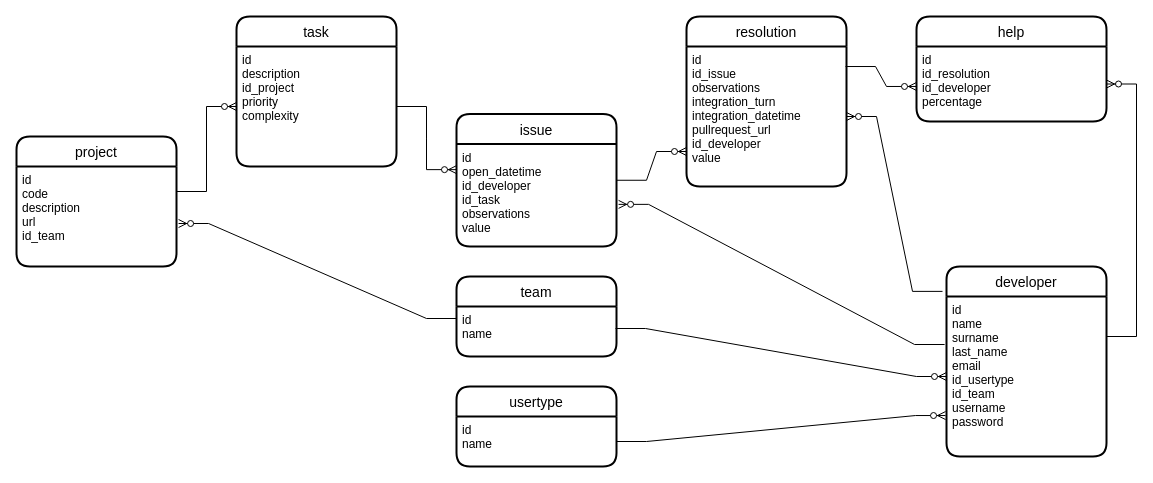
This is docs/andamio.drawio from ximosoler/andamioServer, a draw.io file, before an edit. Source tidied: cells renumbered, new cells numbered last; positions are measured from the earlier drawing's top-left corner, leaving out a move shared by most shapes. Both pictures are drawn from the tidied source at 100%, with x=0, y=0 at pixel (16, 16).
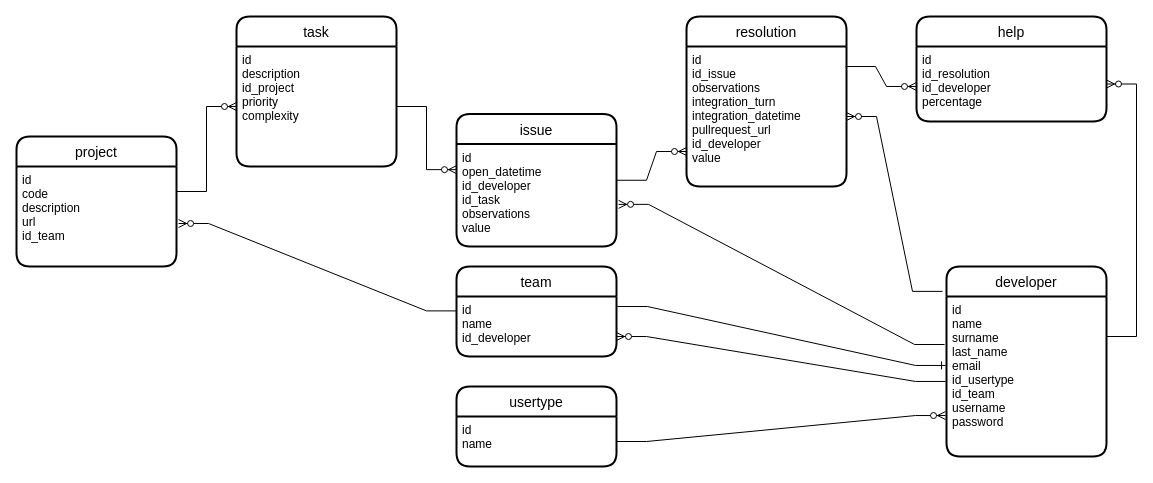
Above is the later version.

The change refers to these unchanged cells:
```xml
<mxCell id="9" value="id&#10;name&#10;surname&#10;last_name&#10;email&#10;id_usertype&#10;id_team&#10;username&#10;password" style="align=left;strokeColor=none;fillColor=none;spacingLeft=4;fontSize=12;verticalAlign=top;" parent="8" vertex="1">
  <mxGeometry y="30" width="160" height="160" as="geometry" />
</mxCell>
```

Change to the diagram source:
```diff
@@
     <mxCell id="23" value="team" style="swimlane;horizontal=1;startSize=30;rounded=1;fontSize=14;fontStyle=0;strokeWidth=2;shadow=0;dashed=0;align=center;" parent="1" vertex="1">
-      <mxGeometry x="440" y="260" width="160" height="80" as="geometry" />
+      <mxGeometry x="440" y="250" width="160" height="90" as="geometry" />
     </mxCell>
-    <mxCell id="24" value="id&#10;name" style="align=left;strokeColor=none;fillColor=none;spacingLeft=4;fontSize=12;verticalAlign=top;" parent="23" vertex="1">
-      <mxGeometry y="30" width="160" height="50" as="geometry" />
+    <mxCell id="24" value="id&#10;name&#10;id_developer" style="align=left;strokeColor=none;fillColor=none;spacingLeft=4;fontSize=12;verticalAlign=top;" parent="23" vertex="1">
+      <mxGeometry y="30" width="160" height="60" as="geometry" />
     </mxCell>
-    <mxCell id="25" style="edgeStyle=entityRelationEdgeStyle;fontSize=12;html=1;endArrow=ERzeroToMany;endFill=1;rounded=0;exitX=0.994;exitY=0.44;exitDx=0;exitDy=0;exitPerimeter=0;" parent="1" edge="1" source="24" target="9">
+    <mxCell id="25" style="edgeStyle=entityRelationEdgeStyle;fontSize=12;html=1;endArrow=ERzeroToMany;endFill=1;rounded=0;exitX=-0.006;exitY=0.531;exitDx=0;exitDy=0;exitPerimeter=0;entryX=1;entryY=0.667;entryDx=0;entryDy=0;entryPerimeter=0;" parent="1" edge="1" source="9" target="24">
       <mxGeometry relative="1" as="geometry" />
     </mxCell>
@@
+    <mxCell id="28" style="edgeStyle=entityRelationEdgeStyle;fontSize=12;html=1;endArrow=ERone;endFill=1;rounded=0;entryX=-0.006;entryY=0.431;entryDx=0;entryDy=0;entryPerimeter=0;exitX=1.006;exitY=0.167;exitDx=0;exitDy=0;exitPerimeter=0;" parent="1" edge="1" source="24" target="9">
+      <mxGeometry relative="1" as="geometry" />
+    </mxCell>
```
